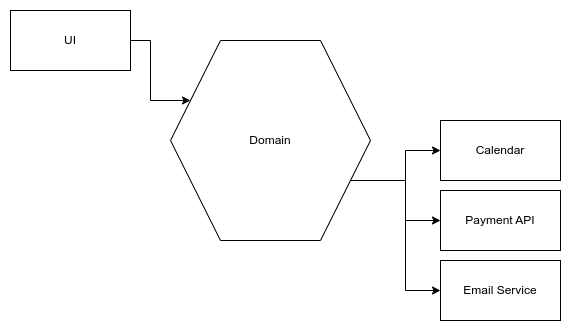
Above: hexagon.png in mgrandrath/nullable_infrastructure_kata_1 (draw.io), before the change. Source tidied: cells renumbered, new cells last; positions are measured from the earlier drawing's top-left corner, leaving out a move shared by most shapes. Its diagram source:
```xml
<mxGraphModel>
  <root>
    <mxCell id="0" />
    <mxCell id="1" parent="0" />
    <mxCell id="2" style="edgeStyle=orthogonalEdgeStyle;rounded=0;jettySize=auto;html=1;exitX=1;exitY=0.75;exitDx=0;exitDy=0;" parent="1" edge="1" source="5" target="8">
      <mxGeometry relative="1" as="geometry" />
    </mxCell>
    <mxCell id="3" style="edgeStyle=orthogonalEdgeStyle;rounded=0;jettySize=auto;html=1;entryX=0;entryY=0.5;entryDx=0;entryDy=0;exitX=1;exitY=0.75;exitDx=0;exitDy=0;" parent="1" edge="1" source="5" target="9">
      <mxGeometry relative="1" as="geometry" />
    </mxCell>
    <mxCell id="4" style="edgeStyle=orthogonalEdgeStyle;rounded=0;jettySize=auto;html=1;entryX=0;entryY=0.5;entryDx=0;entryDy=0;exitX=1;exitY=0.75;exitDx=0;exitDy=0;" parent="1" edge="1" source="5" target="10">
      <mxGeometry relative="1" as="geometry" />
    </mxCell>
    <mxCell id="5" value="Domain" style="shape=hexagon;perimeter=hexagonPerimeter2;whiteSpace=wrap;html=1;fixedSize=1;size=50;" parent="1" vertex="1">
      <mxGeometry x="160" y="30" width="200" height="200" as="geometry" />
    </mxCell>
    <mxCell id="6" style="edgeStyle=orthogonalEdgeStyle;rounded=0;jettySize=auto;html=1;entryX=0;entryY=0.25;entryDx=0;entryDy=0;" parent="1" edge="1" source="7" target="5">
      <mxGeometry relative="1" as="geometry" />
    </mxCell>
    <mxCell id="7" value="UI" style="rounded=0;whiteSpace=wrap;html=1;" parent="1" vertex="1">
      <mxGeometry width="120" height="60" as="geometry" />
    </mxCell>
    <mxCell id="8" value="Calendar" style="rounded=0;whiteSpace=wrap;html=1;" parent="1" vertex="1">
      <mxGeometry x="430" y="110" width="120" height="60" as="geometry" />
    </mxCell>
    <mxCell id="9" value="Payment API" style="rounded=0;whiteSpace=wrap;html=1;" parent="1" vertex="1">
      <mxGeometry x="430" y="180" width="120" height="60" as="geometry" />
    </mxCell>
    <mxCell id="10" value="Email Service" style="rounded=0;whiteSpace=wrap;html=1;" parent="1" vertex="1">
      <mxGeometry x="430" y="250" width="120" height="60" as="geometry" />
    </mxCell>
  </root>
</mxGraphModel>
```
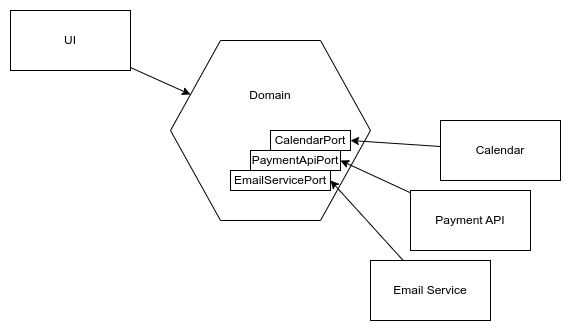
The same file after the commit.

Commit message:
add comparison between mocks, fakes, and nullables

Change to the diagram source:
```diff
@@ -2,32 +2,44 @@
   <root>
     <mxCell id="0" />
     <mxCell id="1" parent="0" />
-    <mxCell id="2" style="edgeStyle=orthogonalEdgeStyle;rounded=0;jettySize=auto;html=1;exitX=1;exitY=0.75;exitDx=0;exitDy=0;" parent="1" edge="1" source="5" target="8">
-      <mxGeometry relative="1" as="geometry" />
-    </mxCell>
-    <mxCell id="3" style="edgeStyle=orthogonalEdgeStyle;rounded=0;jettySize=auto;html=1;entryX=0;entryY=0.5;entryDx=0;entryDy=0;exitX=1;exitY=0.75;exitDx=0;exitDy=0;" parent="1" edge="1" source="5" target="9">
-      <mxGeometry relative="1" as="geometry" />
-    </mxCell>
-    <mxCell id="4" style="edgeStyle=orthogonalEdgeStyle;rounded=0;jettySize=auto;html=1;entryX=0;entryY=0.5;entryDx=0;entryDy=0;exitX=1;exitY=0.75;exitDx=0;exitDy=0;" parent="1" edge="1" source="5" target="10">
-      <mxGeometry relative="1" as="geometry" />
-    </mxCell>
-    <mxCell id="5" value="Domain" style="shape=hexagon;perimeter=hexagonPerimeter2;whiteSpace=wrap;html=1;fixedSize=1;size=50;" parent="1" vertex="1">
-      <mxGeometry x="160" y="30" width="200" height="200" as="geometry" />
+    <mxCell id="5" style="shape=hexagon;perimeter=hexagonPerimeter2;whiteSpace=wrap;html=1;fixedSize=1;size=50;" parent="1" vertex="1">
+      <mxGeometry x="160" y="30" width="200" height="180" as="geometry" />
     </mxCell>
-    <mxCell id="6" style="edgeStyle=orthogonalEdgeStyle;rounded=0;jettySize=auto;html=1;entryX=0;entryY=0.25;entryDx=0;entryDy=0;" parent="1" edge="1" source="7" target="5">
+    <mxCell id="6" style="rounded=0;jettySize=auto;html=1;entryX=0;entryY=0.25;entryDx=0;entryDy=0;" parent="1" edge="1" source="7" target="5">
       <mxGeometry relative="1" as="geometry" />
     </mxCell>
     <mxCell id="7" value="UI" style="rounded=0;whiteSpace=wrap;html=1;" parent="1" vertex="1">
       <mxGeometry width="120" height="60" as="geometry" />
     </mxCell>
+    <mxCell id="11" style="rounded=0;jettySize=auto;html=1;entryX=1;entryY=0.5;entryDx=0;entryDy=0;" parent="1" edge="1" source="8" target="14">
+      <mxGeometry relative="1" as="geometry" />
+    </mxCell>
     <mxCell id="8" value="Calendar" style="rounded=0;whiteSpace=wrap;html=1;" parent="1" vertex="1">
       <mxGeometry x="430" y="110" width="120" height="60" as="geometry" />
     </mxCell>
+    <mxCell id="12" style="rounded=0;jettySize=auto;html=1;entryX=1;entryY=0.5;entryDx=0;entryDy=0;" parent="1" edge="1" source="9" target="15">
+      <mxGeometry relative="1" as="geometry" />
+    </mxCell>
     <mxCell id="9" value="Payment API" style="rounded=0;whiteSpace=wrap;html=1;" parent="1" vertex="1">
-      <mxGeometry x="430" y="180" width="120" height="60" as="geometry" />
+      <mxGeometry x="400" y="180" width="120" height="60" as="geometry" />
     </mxCell>
+    <mxCell id="13" style="rounded=0;jettySize=auto;html=1;entryX=1;entryY=0.5;entryDx=0;entryDy=0;" parent="1" edge="1" source="10" target="16">
+      <mxGeometry relative="1" as="geometry" />
+    </mxCell>
     <mxCell id="10" value="Email Service" style="rounded=0;whiteSpace=wrap;html=1;" parent="1" vertex="1">
-      <mxGeometry x="430" y="250" width="120" height="60" as="geometry" />
+      <mxGeometry x="360" y="250" width="120" height="60" as="geometry" />
     </mxCell>
+    <mxCell id="14" value="CalendarPort" style="rounded=0;whiteSpace=wrap;html=1;" parent="1" vertex="1">
+      <mxGeometry x="260" y="120" width="80" height="20" as="geometry" />
+    </mxCell>
+    <mxCell id="15" value="PaymentApiPort" style="rounded=0;whiteSpace=wrap;html=1;" parent="1" vertex="1">
+      <mxGeometry x="240" y="140" width="90" height="20" as="geometry" />
+    </mxCell>
+    <mxCell id="16" value="EmailServicePort" style="rounded=0;whiteSpace=wrap;html=1;" parent="1" vertex="1">
+      <mxGeometry x="220" y="160" width="100" height="20" as="geometry" />
+    </mxCell>
+    <mxCell id="17" value="Domain" style="text;html=1;align=center;verticalAlign=middle;whiteSpace=wrap;rounded=0;" parent="1" vertex="1">
+      <mxGeometry x="230" y="70" width="60" height="30" as="geometry" />
+    </mxCell>
   </root>
 </mxGraphModel>
```
